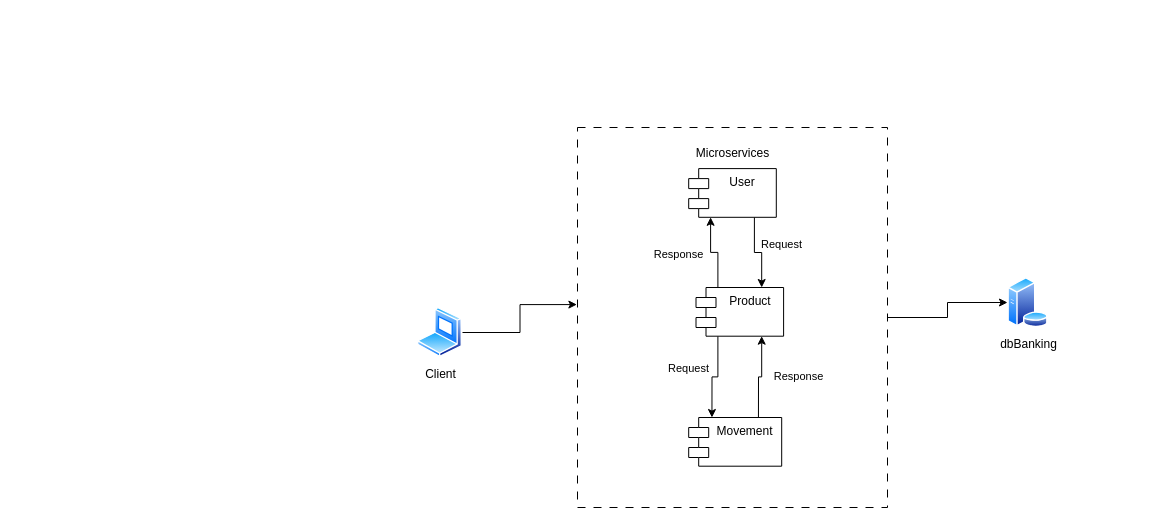
The draw.io diagram Diagrama de arquitectura.drawio in Bootcamp49/Diagrams, before the edit. Source tidied: cells renumbered, new cells numbered last; positions are measured from the earlier drawing's top-left corner, leaving out a move shared by most shapes. Both pictures are drawn from the tidied source at 100%, with x=0, y=0 at pixel (417, 127).
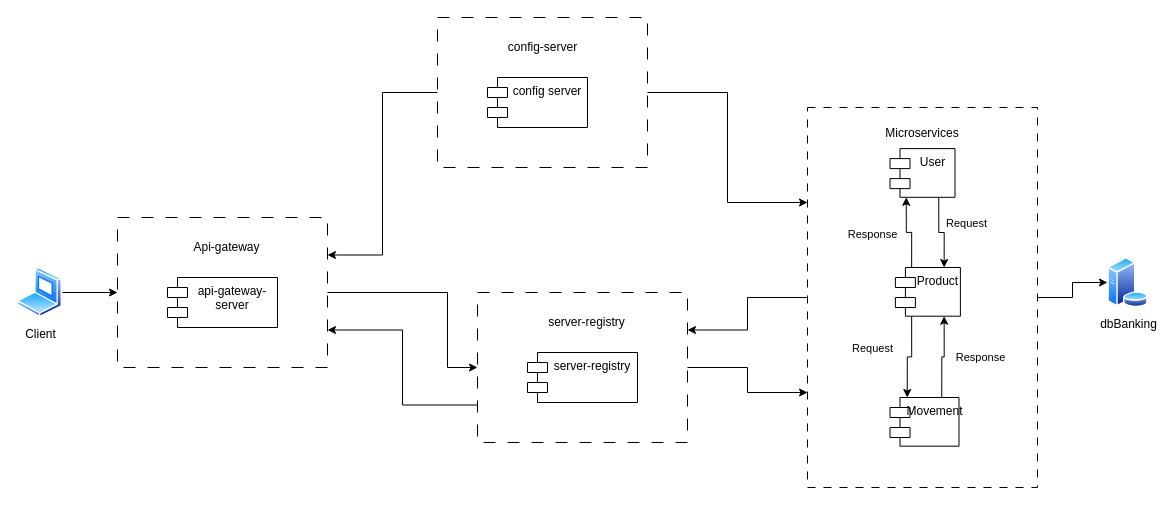
The same page after the edit.

Diff of the diagram source:
```diff
@@
     <mxCell id="2" value="Client" style="image;perimeter=ellipsePerimeter;html=1;align=center;shadow=0;dashed=0;spacingTop=3;image=img/lib/active_directory/laptop_client.svg;" parent="1" vertex="1">
-      <mxGeometry y="180" width="45" height="50" as="geometry" />
+      <mxGeometry x="-400" y="140" width="45" height="50" as="geometry" />
     </mxCell>
     <mxCell id="3" value="dbBanking" style="image;perimeter=ellipsePerimeter;html=1;align=center;shadow=0;dashed=0;spacingTop=3;image=img/lib/active_directory/database_server.svg;" parent="1" vertex="1">
-      <mxGeometry x="590" y="150" width="41" height="50" as="geometry" />
+      <mxGeometry x="690" y="130" width="41" height="50" as="geometry" />
     </mxCell>
     <mxCell id="4" style="group;" parent="1" vertex="1">
-      <mxGeometry x="160" width="310" height="380" as="geometry" />
+      <mxGeometry x="390" y="-20" width="230" height="380" as="geometry" />
     </mxCell>
     <mxCell id="5" style="rounded=0;whiteSpace=wrap;html=1;dashed=1;dashPattern=8 8;" parent="4" vertex="1">
-      <mxGeometry width="310" height="380" as="geometry" />
+      <mxGeometry width="230" height="380" as="geometry" />
     </mxCell>
     <mxCell id="6" value="Microservices" style="text;html=1;strokeColor=none;fillColor=none;align=center;verticalAlign=middle;whiteSpace=wrap;rounded=0;" parent="4" vertex="1">
-      <mxGeometry x="118.5" y="10.3" width="72.9" height="30.8" as="geometry" />
+      <mxGeometry x="87.9" y="10.3" width="54.1" height="30.8" as="geometry" />
     </mxCell>
     <mxCell id="7" style="edgeStyle=orthogonalEdgeStyle;rounded=0;jettySize=auto;html=1;entryX=0.75;entryY=0;entryDx=0;entryDy=0;exitX=0.75;exitY=1;exitDx=0;exitDy=0;" parent="4" edge="1" source="9" target="17">
       <mxGeometry relative="1" as="geometry">
         <Array as="points">
-          <mxPoint x="177" y="125" />
-          <mxPoint x="184" y="125" />
+          <mxPoint x="131.3" y="125" />
+          <mxPoint x="136.5" y="125" />
         </Array>
       </mxGeometry>
     </mxCell>
@@
     <mxCell id="9" value="User" style="shape=module;align=left;spacingLeft=20;align=center;verticalAlign=top;whiteSpace=wrap;html=1;" parent="4" vertex="1">
-      <mxGeometry x="111.2" y="41.1" width="87.6" height="48.7" as="geometry" />
+      <mxGeometry x="82.5" y="41.1" width="65" height="48.7" as="geometry" />
     </mxCell>
@@
     <mxCell id="13" value="Movement" style="shape=module;align=left;spacingLeft=20;align=center;verticalAlign=top;whiteSpace=wrap;html=1;" parent="4" vertex="1">
-      <mxGeometry x="111.2" y="290" width="93" height="48.7" as="geometry" />
+      <mxGeometry x="82.5" y="290" width="69" height="48.7" as="geometry" />
     </mxCell>
@@
     <mxCell id="17" value="Product" style="shape=module;align=left;spacingLeft=20;align=center;verticalAlign=top;whiteSpace=wrap;html=1;" parent="4" vertex="1">
-      <mxGeometry x="118.5" y="160" width="87.6" height="48.7" as="geometry" />
+      <mxGeometry x="87.9" y="160" width="65" height="48.7" as="geometry" />
     </mxCell>
-    <mxCell id="18" style="edgeStyle=orthogonalEdgeStyle;rounded=0;jettySize=auto;html=1;entryX=-0.002;entryY=0.466;entryDx=0;entryDy=0;entryPerimeter=0;" parent="1" edge="1" source="2" target="5">
+    <mxCell id="18" style="edgeStyle=orthogonalEdgeStyle;rounded=0;jettySize=auto;html=1;entryX=0;entryY=0.5;entryDx=0;entryDy=0;" parent="1" edge="1" source="2" target="29">
       <mxGeometry relative="1" as="geometry" />
     </mxCell>
@@
+    <mxCell id="20" style="group;" parent="1" vertex="1">
+      <mxGeometry x="20" y="-110" width="210" height="150" as="geometry" />
+    </mxCell>
+    <mxCell id="21" style="rounded=0;whiteSpace=wrap;html=1;dashed=1;dashPattern=12 12;" parent="20" vertex="1">
+      <mxGeometry width="210" height="150" as="geometry" />
+    </mxCell>
+    <mxCell id="22" value="config-server" style="text;html=1;strokeColor=none;fillColor=none;align=center;verticalAlign=middle;whiteSpace=wrap;rounded=0;" parent="20" vertex="1">
+      <mxGeometry x="67.5" y="15" width="75" height="30" as="geometry" />
+    </mxCell>
+    <mxCell id="23" value="config server" style="shape=module;align=left;spacingLeft=20;align=center;verticalAlign=top;whiteSpace=wrap;html=1;" parent="20" vertex="1">
+      <mxGeometry x="50" y="60" width="100" height="50" as="geometry" />
+    </mxCell>
+    <mxCell id="24" style="group;" parent="1" vertex="1">
+      <mxGeometry x="60" y="165" width="210" height="150" as="geometry" />
+    </mxCell>
+    <mxCell id="25" style="rounded=0;whiteSpace=wrap;html=1;dashed=1;dashPattern=12 12;" parent="24" vertex="1">
+      <mxGeometry width="210" height="150" as="geometry" />
+    </mxCell>
+    <mxCell id="26" value="server-registry" style="text;html=1;strokeColor=none;fillColor=none;align=center;verticalAlign=middle;whiteSpace=wrap;rounded=0;" parent="24" vertex="1">
+      <mxGeometry x="67.5" y="15" width="82.5" height="30" as="geometry" />
+    </mxCell>
+    <mxCell id="27" value="server-registry" style="shape=module;align=left;spacingLeft=20;align=center;verticalAlign=top;whiteSpace=wrap;html=1;" parent="24" vertex="1">
+      <mxGeometry x="50" y="60" width="110" height="50" as="geometry" />
+    </mxCell>
+    <mxCell id="28" style="group;" parent="1" vertex="1">
+      <mxGeometry x="-300" y="90" width="210" height="150" as="geometry" />
+    </mxCell>
+    <mxCell id="29" style="rounded=0;whiteSpace=wrap;html=1;dashed=1;dashPattern=12 12;" parent="28" vertex="1">
+      <mxGeometry width="210" height="150" as="geometry" />
+    </mxCell>
+    <mxCell id="30" value="Api-gateway" style="text;html=1;strokeColor=none;fillColor=none;align=center;verticalAlign=middle;whiteSpace=wrap;rounded=0;" parent="28" vertex="1">
+      <mxGeometry x="67.5" y="15" width="82.5" height="30" as="geometry" />
+    </mxCell>
+    <mxCell id="31" value="api-gateway-server" style="shape=module;align=left;spacingLeft=20;align=center;verticalAlign=top;whiteSpace=wrap;html=1;" parent="28" vertex="1">
+      <mxGeometry x="50" y="60" width="110" height="50" as="geometry" />
+    </mxCell>
+    <mxCell id="32" style="edgeStyle=orthogonalEdgeStyle;rounded=0;jettySize=auto;html=1;entryX=0;entryY=0.5;entryDx=0;entryDy=0;" parent="1" edge="1" source="29" target="25">
+      <mxGeometry relative="1" as="geometry">
+        <Array as="points">
+          <mxPoint x="30" y="165" />
+          <mxPoint x="30" y="240" />
+        </Array>
+      </mxGeometry>
+    </mxCell>
+    <mxCell id="33" style="edgeStyle=orthogonalEdgeStyle;rounded=0;jettySize=auto;html=1;entryX=1;entryY=0.25;entryDx=0;entryDy=0;" parent="1" edge="1" source="21" target="29">
+      <mxGeometry relative="1" as="geometry" />
+    </mxCell>
+    <mxCell id="34" style="edgeStyle=orthogonalEdgeStyle;rounded=0;jettySize=auto;html=1;entryX=1;entryY=0.75;entryDx=0;entryDy=0;exitX=0;exitY=0.75;exitDx=0;exitDy=0;" parent="1" edge="1" source="25" target="29">
+      <mxGeometry relative="1" as="geometry" />
+    </mxCell>
+    <mxCell id="35" style="edgeStyle=orthogonalEdgeStyle;rounded=0;jettySize=auto;html=1;entryX=0;entryY=0.25;entryDx=0;entryDy=0;" parent="1" edge="1" source="21" target="5">
+      <mxGeometry relative="1" as="geometry" />
+    </mxCell>
+    <mxCell id="36" style="edgeStyle=orthogonalEdgeStyle;rounded=0;jettySize=auto;html=1;entryX=1;entryY=0.25;entryDx=0;entryDy=0;" parent="1" edge="1" source="5" target="25">
+      <mxGeometry relative="1" as="geometry" />
+    </mxCell>
+    <mxCell id="37" style="edgeStyle=orthogonalEdgeStyle;rounded=0;jettySize=auto;html=1;entryX=0;entryY=0.75;entryDx=0;entryDy=0;" parent="1" edge="1" source="25" target="5">
+      <mxGeometry relative="1" as="geometry" />
+    </mxCell>
```
